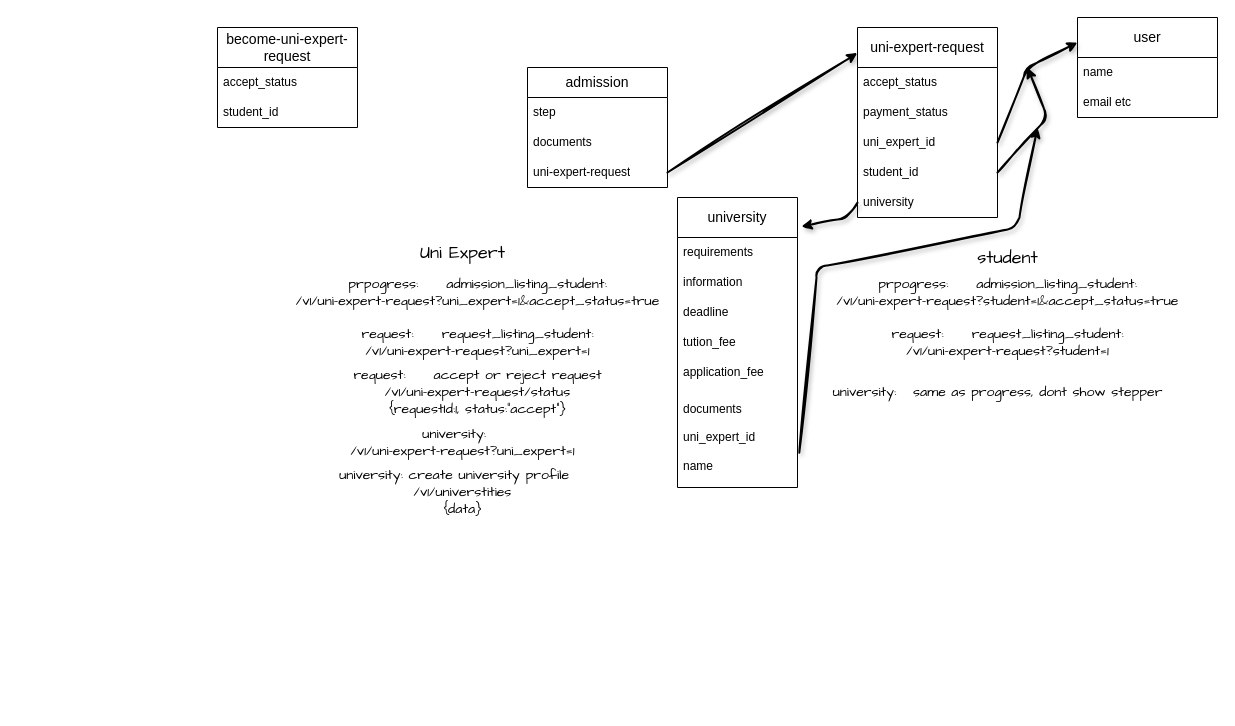
Before: design.dio in dev-basit/migonest-api, a draw.io diagram. Source tidied: cells renumbered, new cells numbered last; positions are measured from the earlier drawing's top-left corner, leaving out a move shared by most shapes. Both pictures are drawn from the tidied source at 100%, with x=0, y=0 at pixel (217, 17).
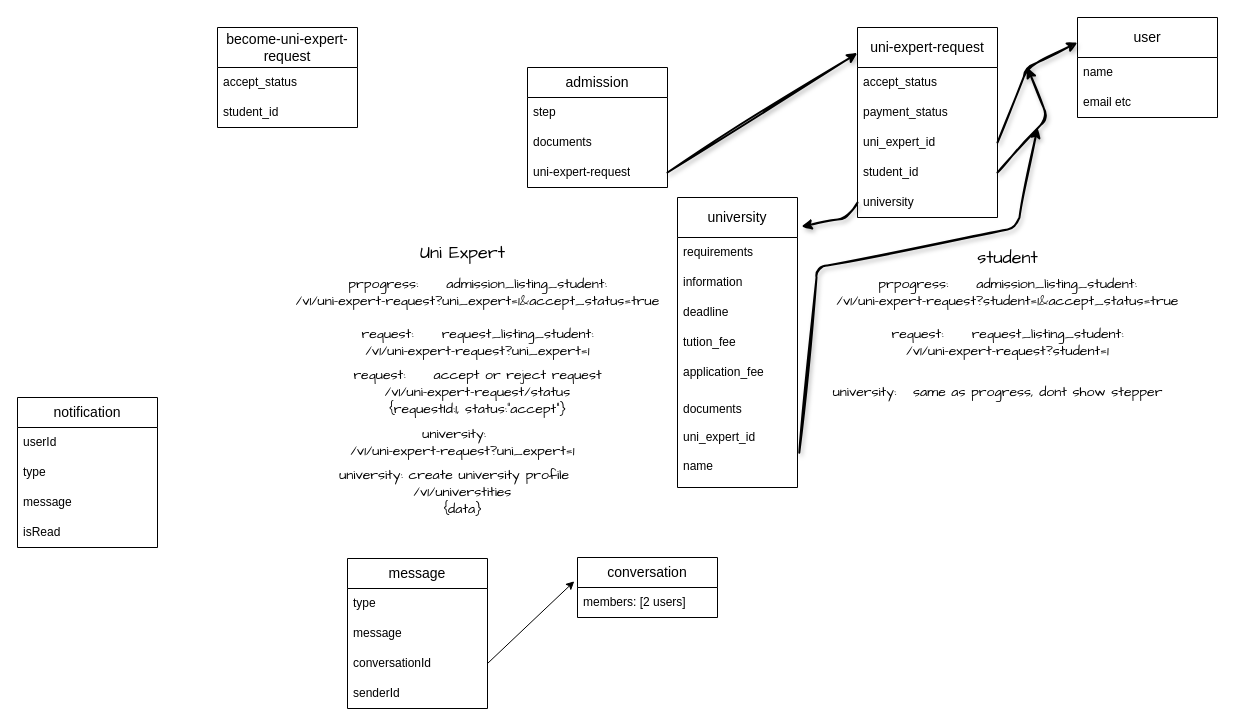
Above is the later version.

Commit message:
updated db design, added conversation, message, and notification schema

What changed in the source:
```diff
@@
+    <mxCell id="40" value="&lt;span style=&quot;font-size: 14px;&quot;&gt;message&lt;/span&gt;" style="swimlane;fontStyle=0;horizontal=1;startSize=30;whiteSpace=wrap;html=1;align=center;" parent="1" vertex="1">
+      <mxGeometry x="130" y="541" width="140" height="150" as="geometry" />
+    </mxCell>
+    <mxCell id="41" value="type" style="text;strokeColor=none;fillColor=none;align=left;verticalAlign=middle;spacingLeft=4;spacingRight=4;overflow=hidden;whiteSpace=wrap;html=1;" parent="40" vertex="1">
+      <mxGeometry y="30" width="140" height="30" as="geometry" />
+    </mxCell>
+    <mxCell id="42" value="message" style="text;strokeColor=none;fillColor=none;align=left;verticalAlign=middle;spacingLeft=4;spacingRight=4;overflow=hidden;whiteSpace=wrap;html=1;" parent="40" vertex="1">
+      <mxGeometry y="60" width="140" height="30" as="geometry" />
+    </mxCell>
+    <mxCell id="43" value="conversationId" style="text;strokeColor=none;fillColor=none;align=left;verticalAlign=middle;spacingLeft=4;spacingRight=4;overflow=hidden;points=[[0,0.5],[1,0.5]];portConstraint=eastwest;whiteSpace=wrap;html=1;" parent="40" vertex="1">
+      <mxGeometry y="90" width="140" height="30" as="geometry" />
+    </mxCell>
+    <mxCell id="44" value="senderId" style="text;strokeColor=none;fillColor=none;align=left;verticalAlign=middle;spacingLeft=4;spacingRight=4;overflow=hidden;whiteSpace=wrap;html=1;" parent="40" vertex="1">
+      <mxGeometry y="120" width="140" height="30" as="geometry" />
+    </mxCell>
+    <mxCell id="45" value="&lt;span style=&quot;font-size: 14px;&quot;&gt;conversation&lt;/span&gt;" style="swimlane;fontStyle=0;horizontal=1;startSize=30;whiteSpace=wrap;html=1;align=center;" parent="1" vertex="1">
+      <mxGeometry x="360" y="540" width="140" height="60" as="geometry" />
+    </mxCell>
+    <mxCell id="46" value="members: [2 users]" style="text;strokeColor=none;fillColor=none;align=left;verticalAlign=middle;spacingLeft=4;spacingRight=4;overflow=hidden;whiteSpace=wrap;html=1;" parent="45" vertex="1">
+      <mxGeometry y="30" width="140" height="30" as="geometry" />
+    </mxCell>
+    <mxCell id="47" style="edgeStyle=none;html=1;exitX=1;exitY=0.5;exitDx=0;exitDy=0;entryX=-0.023;entryY=0.397;entryDx=0;entryDy=0;entryPerimeter=0;" parent="1" edge="1" source="43" target="45">
+      <mxGeometry relative="1" as="geometry" />
+    </mxCell>
+    <mxCell id="48" value="&lt;span style=&quot;font-size: 14px;&quot;&gt;notification&lt;/span&gt;" style="swimlane;fontStyle=0;horizontal=1;startSize=30;whiteSpace=wrap;html=1;align=center;" parent="1" vertex="1">
+      <mxGeometry x="-200" y="380" width="140" height="150" as="geometry" />
+    </mxCell>
+    <mxCell id="49" value="userId" style="text;strokeColor=none;fillColor=none;align=left;verticalAlign=middle;spacingLeft=4;spacingRight=4;overflow=hidden;whiteSpace=wrap;html=1;" parent="48" vertex="1">
+      <mxGeometry y="30" width="140" height="30" as="geometry" />
+    </mxCell>
+    <mxCell id="50" value="type" style="text;strokeColor=none;fillColor=none;align=left;verticalAlign=middle;spacingLeft=4;spacingRight=4;overflow=hidden;whiteSpace=wrap;html=1;" parent="48" vertex="1">
+      <mxGeometry y="60" width="140" height="30" as="geometry" />
+    </mxCell>
+    <mxCell id="51" value="message" style="text;strokeColor=none;fillColor=none;align=left;verticalAlign=middle;spacingLeft=4;spacingRight=4;overflow=hidden;whiteSpace=wrap;html=1;" parent="48" vertex="1">
+      <mxGeometry y="90" width="140" height="30" as="geometry" />
+    </mxCell>
+    <mxCell id="52" value="isRead" style="text;strokeColor=none;fillColor=none;align=left;verticalAlign=middle;spacingLeft=4;spacingRight=4;overflow=hidden;whiteSpace=wrap;html=1;" parent="48" vertex="1">
+      <mxGeometry y="120" width="140" height="30" as="geometry" />
+    </mxCell>
```
